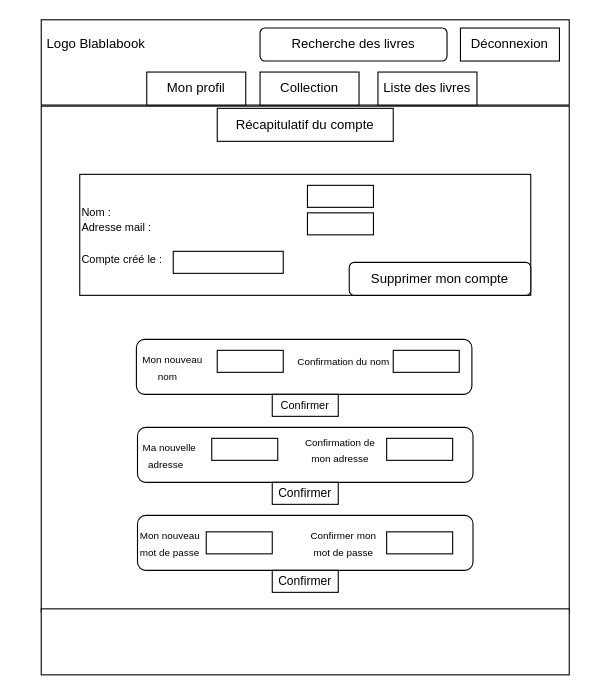
The draw.io diagram page "ordinateur" (1 of 2) of Cahier des charges/wireframe/profil.drawio in HarukaIZUMI18/Blablabook-Haruka, before the edit. Source tidied: cells renumbered, new cells numbered last; positions are measured from the earlier drawing's top-left corner, leaving out a move shared by most shapes. Both pictures are drawn from the tidied source at 110%, with x=0, y=0 at pixel (19, 19).
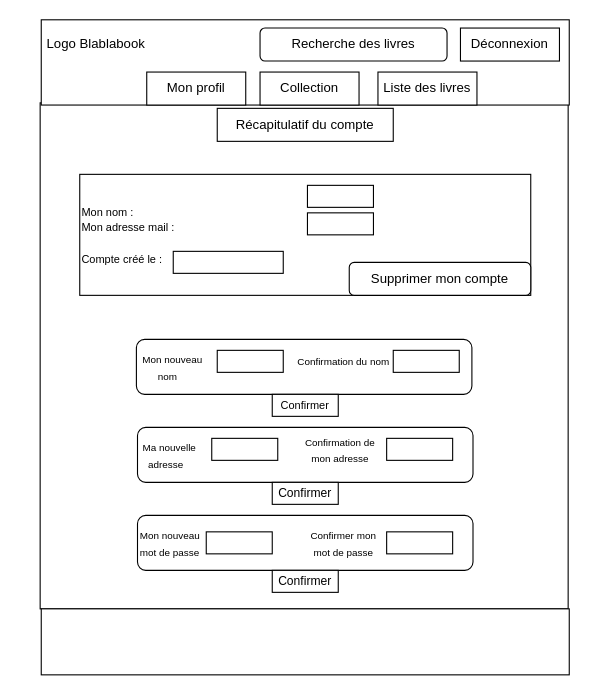
The same page after the edit.

Commit message:
Ajout du wireframe profil en version mobile

What changed in the source:
```diff
@@
     <mxCell id="2" style="rounded=0;whiteSpace=wrap;html=1;" parent="1" vertex="1">
-      <mxGeometry x="20" y="79" width="480" height="460" as="geometry" />
+      <mxGeometry x="19" y="76" width="480" height="460" as="geometry" />
     </mxCell>
@@
-    <mxCell id="6" value="&lt;font size=&quot;1&quot;&gt;Nom :&amp;nbsp;&lt;/font&gt;&lt;div&gt;&lt;font size=&quot;1&quot;&gt;Adresse mail :&lt;/font&gt;&lt;/div&gt;&lt;div&gt;&lt;br&gt;&lt;/div&gt;&lt;div&gt;&lt;font size=&quot;1&quot;&gt;Compte créé le :&lt;/font&gt;&lt;/div&gt;" style="rounded=0;whiteSpace=wrap;html=1;align=left;" parent="1" vertex="1">
+    <mxCell id="6" value="&lt;font size=&quot;1&quot;&gt;Mon nom :&amp;nbsp;&lt;/font&gt;&lt;div&gt;&lt;font size=&quot;1&quot;&gt;Mon adresse mail :&lt;/font&gt;&lt;/div&gt;&lt;div&gt;&lt;br&gt;&lt;/div&gt;&lt;div&gt;&lt;font size=&quot;1&quot;&gt;Compte créé le :&lt;/font&gt;&lt;/div&gt;" style="rounded=0;whiteSpace=wrap;html=1;align=left;" parent="1" vertex="1">
       <mxGeometry x="55" y="141" width="410" height="110" as="geometry" />
     </mxCell>
```
